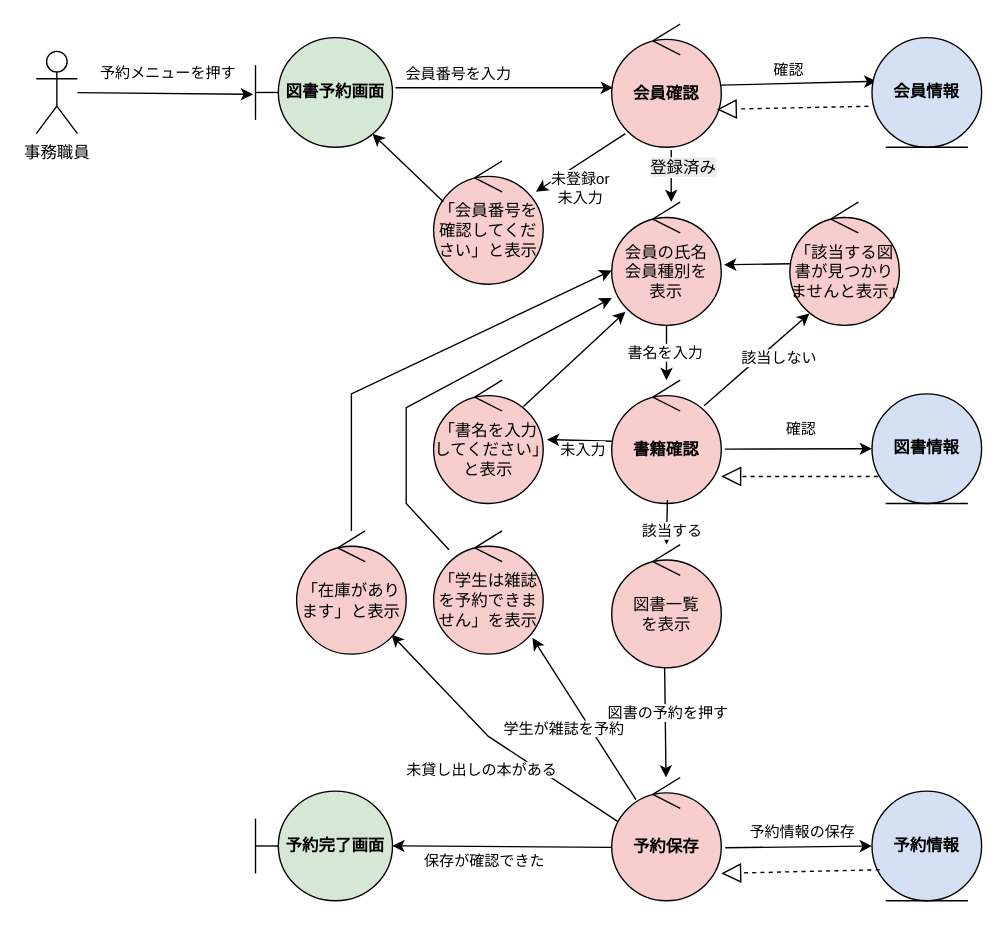
This is group/単位認定試験第2回/コード/ロバストネス図/roba_01_Reservation.drawio from ko246/ohara_uml, a draw.io file, before an edit. Source tidied: cells renumbered, new cells numbered last; positions are measured from the earlier drawing's top-left corner, leaving out a move shared by most shapes. Both pictures are drawn from the tidied source at 137%, with x=0, y=0 at pixel (36, 23).
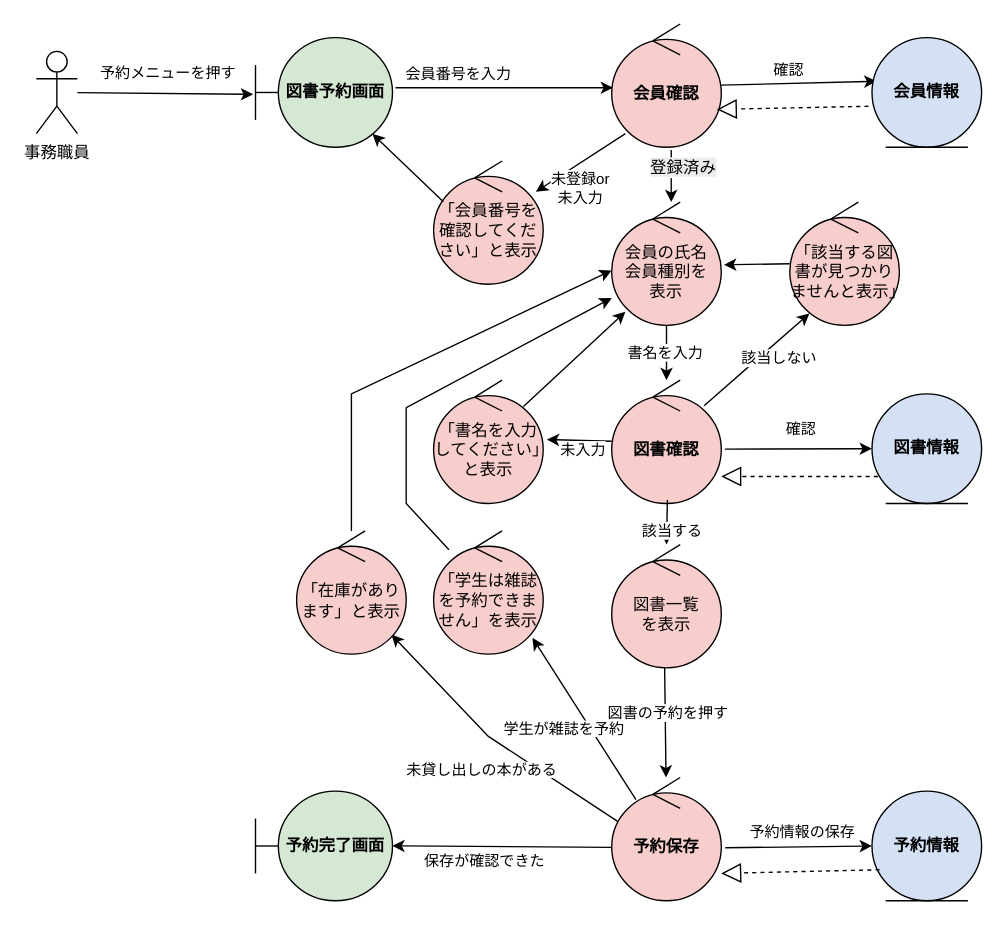
The same page after the edit.

Commit message (it also covers changes not shown here):
シーケンス図を修正

What changed in the source:
```diff
@@
-    <mxCell id="24" value="&lt;b&gt;書籍確認&lt;/b&gt;" style="ellipse;shape=umlControl;whiteSpace=wrap;html=1;fillColor=#F8CECC;" parent="1" vertex="1">
+    <mxCell id="24" value="&lt;b&gt;図書確認&lt;/b&gt;" style="ellipse;shape=umlControl;whiteSpace=wrap;html=1;fillColor=#F8CECC;" parent="1" vertex="1">
       <mxGeometry x="420" y="260" width="80" height="90" as="geometry" />
     </mxCell>
```
